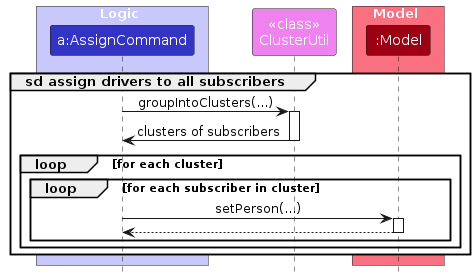
This is diagrams/AssignLoopSequence.png from AY2526S2-CS2103T-T08-3/tp, a PlantUML export, as it was before one commit. Its source is kept beside it as diagrams/AssignLoopSequence.puml. The source it was exported from:
```plantuml
@startuml
!include style.puml
skinparam ArrowFontStyle plain
hide footbox


box Logic LOGIC_COLOR_T1
participant "a:AssignCommand" as AssignCommand LOGIC_COLOR
end box

participant "<<class>>\nClusterUtil" as ClusterUtil #EE82EE

box Model MODEL_COLOR_T1
participant ":Model" as Model MODEL_COLOR
end box

group sd assign drivers to all subscribers
    AssignCommand -> ClusterUtil : groupIntoClusters(...)
    activate ClusterUtil

    ClusterUtil -> AssignCommand : clusters of subscribers
    deactivate ClusterUtil

    loop for each cluster
        loop for each subscriber in cluster
            AssignCommand -> Model : setPerson(...)
            activate Model

            Model --> AssignCommand
            deactivate Model
        end
    end
end

@enduml
```
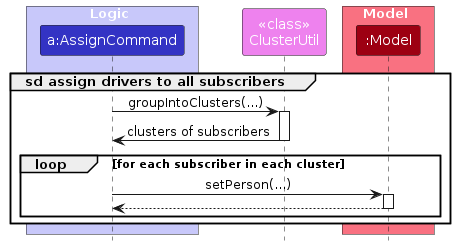
The same diagram one commit later.

Diff of the diagram source:
```diff
@@ -21,14 +21,12 @@
     ClusterUtil -> AssignCommand : clusters of subscribers
     deactivate ClusterUtil
 
-    loop for each cluster
-        loop for each subscriber in cluster
-            AssignCommand -> Model : setPerson(...)
-            activate Model
+    loop for each subscriber in each cluster
+        AssignCommand -> Model : setPerson(...)
+        activate Model
 
-            Model --> AssignCommand
-            deactivate Model
-        end
+        Model --> AssignCommand
+        deactivate Model
     end
 end
 
```
